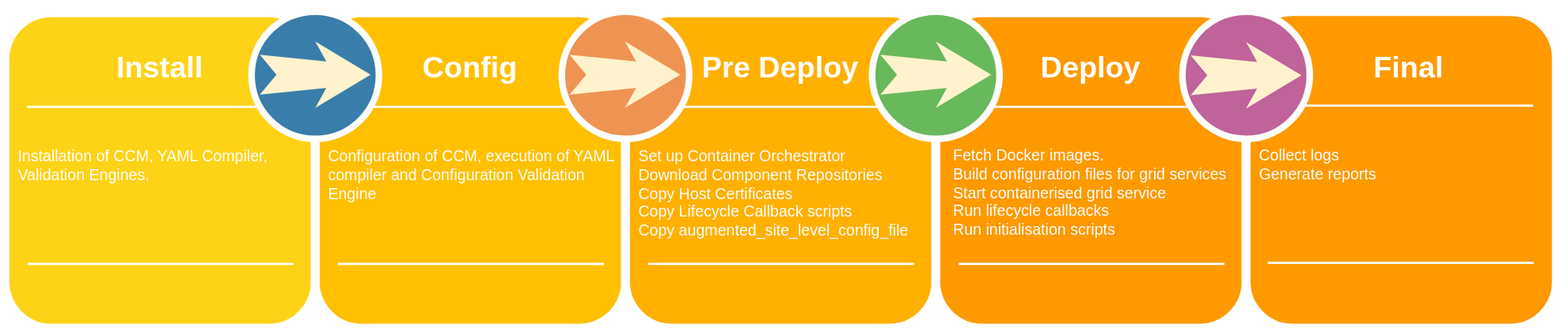
Before: SIMPLE-execution pipeline.svg, a diagram exported from draw.io (maany/simple-diagrams). Source tidied: cells renumbered, new cells last; positions are measured from the earlier drawing's top-left corner, leaving out a move shared by most shapes.
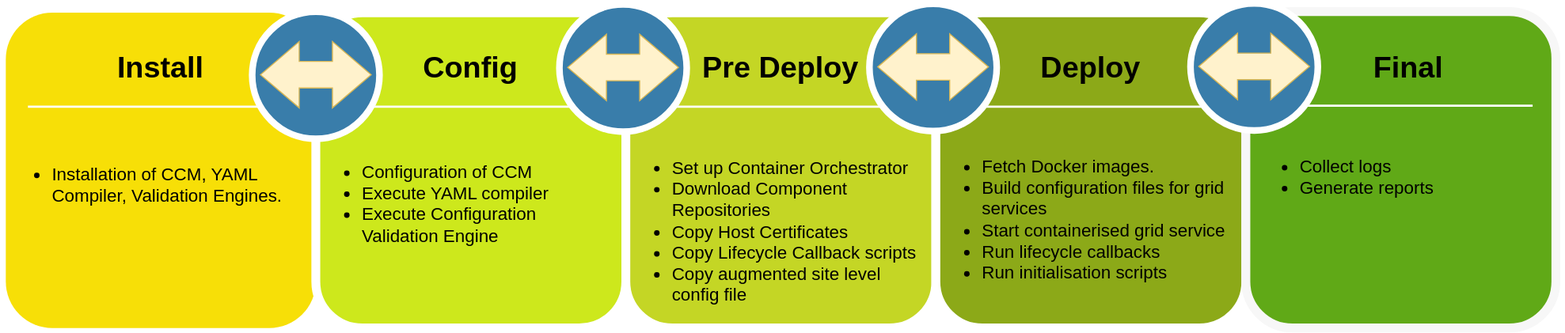
The same file after the commit.

Diff of the diagram source:
```diff
@@ -2,29 +2,26 @@
   <root>
     <mxCell id="0" />
     <mxCell id="1" parent="0" />
-    <mxCell id="2" style="whiteSpace=wrap;html=1;rounded=1;shadow=0;strokeWidth=8;fontSize=20;align=center;fillColor=#FED217;strokeColor=#FFFFFF;" parent="1" vertex="1">
+    <mxCell id="2" style="whiteSpace=wrap;html=1;rounded=1;shadow=0;strokeWidth=8;fontSize=20;align=center;fillColor=#F7DF07;strokeColor=none;fontColor=#ffffff;" parent="1" vertex="1">
       <mxGeometry y="10" width="280" height="285" as="geometry" />
     </mxCell>
-    <mxCell id="3" value="Install" style="text;html=1;strokeColor=none;fillColor=none;align=center;verticalAlign=middle;whiteSpace=wrap;rounded=0;shadow=0;fontSize=27;fontColor=#FFFFFF;fontStyle=1;" parent="1" vertex="1">
+    <mxCell id="3" value="Install" style="text;html=1;strokeColor=none;fillColor=none;align=center;verticalAlign=middle;whiteSpace=wrap;rounded=0;shadow=0;fontSize=27;fontColor=#000000;fontStyle=1;" parent="1" vertex="1">
       <mxGeometry y="30" width="280" height="60" as="geometry" />
     </mxCell>
-    <mxCell id="4" value="Installation of CCM, YAML Compiler, Validation Engines.&lt;br&gt;" style="text;html=1;strokeColor=none;fillColor=none;align=left;verticalAlign=top;whiteSpace=wrap;rounded=0;shadow=0;fontSize=14;fontColor=#FFFFFF;" parent="1" vertex="1">
-      <mxGeometry x="10" y="125" width="280" height="87.5" as="geometry" />
+    <mxCell id="4" value="&lt;ul style=&quot;font-size: 16px;&quot;&gt;&lt;li style=&quot;font-size: 16px;&quot;&gt;Installation of CCM, YAML Compiler, Validation Engines.&lt;/li&gt;&lt;/ul&gt;" style="text;html=1;strokeColor=none;fillColor=none;align=left;verticalAlign=top;whiteSpace=wrap;rounded=0;shadow=0;fontSize=16;fontColor=#000000;" parent="1" vertex="1">
+      <mxGeometry y="124" width="280" height="87.5" as="geometry" />
     </mxCell>
     <mxCell id="5" style="line;strokeWidth=2;html=1;rounded=0;shadow=0;fontSize=27;align=center;fillColor=none;strokeColor=#FFFFFF;" parent="1" vertex="1">
       <mxGeometry x="20" y="90" width="240" height="10" as="geometry" />
     </mxCell>
-    <mxCell id="6" style="line;strokeWidth=2;html=1;rounded=0;shadow=0;fontSize=27;align=center;fillColor=none;strokeColor=#FFFFFF;" parent="1" vertex="1">
-      <mxGeometry x="20.5" y="232" width="240" height="10" as="geometry" />
-    </mxCell>
-    <mxCell id="7" style="whiteSpace=wrap;html=1;rounded=1;shadow=0;strokeWidth=8;fontSize=20;align=center;fillColor=#FFC001;strokeColor=#FFFFFF;" parent="1" vertex="1">
+    <mxCell id="7" style="whiteSpace=wrap;html=1;rounded=1;shadow=0;strokeWidth=8;fontSize=20;align=center;fillColor=#CDE81C;strokeColor=#FFFFFF;" parent="1" vertex="1">
       <mxGeometry x="280" y="10" width="280" height="285" as="geometry" />
     </mxCell>
-    <mxCell id="8" value="Config" style="text;html=1;strokeColor=none;fillColor=none;align=center;verticalAlign=middle;whiteSpace=wrap;rounded=0;shadow=0;fontSize=27;fontColor=#FFFFFF;fontStyle=1;" parent="1" vertex="1">
+    <mxCell id="8" value="Config" style="text;html=1;strokeColor=none;fillColor=none;align=center;verticalAlign=middle;whiteSpace=wrap;rounded=0;shadow=0;fontSize=27;fontColor=#000000;fontStyle=1;" parent="1" vertex="1">
       <mxGeometry x="280" y="30" width="280" height="60" as="geometry" />
     </mxCell>
-    <mxCell id="9" value="Configuration of CCM, execution of YAML compiler and Configuration Validation Engine" style="text;html=1;strokeColor=none;fillColor=none;align=left;verticalAlign=top;whiteSpace=wrap;rounded=0;shadow=0;fontSize=14;fontColor=#FFFFFF;" parent="1" vertex="1">
-      <mxGeometry x="290" y="125" width="280" height="90" as="geometry" />
+    <mxCell id="9" value="&lt;ul style=&quot;font-size: 16px;&quot;&gt;&lt;li style=&quot;font-size: 16px;&quot;&gt;Configuration of CCM&lt;/li&gt;&lt;li style=&quot;font-size: 16px;&quot;&gt;Execute YAML compiler&lt;/li&gt;&lt;li style=&quot;font-size: 16px;&quot;&gt;Execute Configuration Validation Engine&lt;/li&gt;&lt;/ul&gt;" style="text;html=1;strokeColor=none;fillColor=none;align=left;verticalAlign=top;whiteSpace=wrap;rounded=0;shadow=0;fontSize=16;fontColor=#000000;" parent="1" vertex="1">
+      <mxGeometry x="280" y="121.5" width="270" height="158.5" as="geometry" />
     </mxCell>
     <mxCell id="10" style="line;strokeWidth=2;html=1;rounded=0;shadow=0;fontSize=27;align=center;fillColor=none;strokeColor=#FFFFFF;" parent="1" vertex="1">
       <mxGeometry x="300" y="90" width="240" height="10" as="geometry" />
@@ -32,77 +29,65 @@
     <mxCell id="11" style="line;strokeWidth=2;html=1;rounded=0;shadow=0;fontSize=27;align=center;fillColor=none;strokeColor=#FFFFFF;" parent="1" vertex="1">
       <mxGeometry x="300" width="240" height="10" as="geometry" />
     </mxCell>
-    <mxCell id="12" style="line;strokeWidth=2;html=1;rounded=0;shadow=0;fontSize=27;align=center;fillColor=none;strokeColor=#FFFFFF;" parent="1" vertex="1">
-      <mxGeometry x="300.5" y="232" width="240" height="10" as="geometry" />
-    </mxCell>
     <mxCell id="13" style="ellipse;whiteSpace=wrap;html=1;rounded=0;shadow=0;strokeWidth=6;fontSize=14;align=center;fillColor=#397DAA;strokeColor=#FFFFFF;fontColor=#FFFFFF;" parent="1" vertex="1">
       <mxGeometry x="222.5" y="9" width="115" height="115" as="geometry" />
     </mxCell>
-    <mxCell id="14" style="whiteSpace=wrap;html=1;rounded=1;shadow=0;strokeWidth=8;fontSize=20;align=center;fillColor=#FFB001;strokeColor=#FFFFFF;" parent="1" vertex="1">
+    <mxCell id="14" style="whiteSpace=wrap;html=1;rounded=1;shadow=0;strokeWidth=8;fontSize=20;align=center;fillColor=#C4D625;strokeColor=#FFFFFF;fontColor=#ffffff;" parent="1" vertex="1">
       <mxGeometry x="560" y="10" width="280" height="285" as="geometry" />
     </mxCell>
-    <mxCell id="15" value="Pre Deploy" style="text;html=1;strokeColor=none;fillColor=none;align=center;verticalAlign=middle;whiteSpace=wrap;rounded=0;shadow=0;fontSize=27;fontColor=#FFFFFF;fontStyle=1;" parent="1" vertex="1">
+    <mxCell id="15" value="Pre Deploy" style="text;html=1;strokeColor=none;fillColor=none;align=center;verticalAlign=middle;whiteSpace=wrap;rounded=0;shadow=0;fontSize=27;fontColor=#000000;fontStyle=1;" parent="1" vertex="1">
       <mxGeometry x="560" y="30" width="280" height="60" as="geometry" />
     </mxCell>
-    <mxCell id="16" value="Set up Container Orchestrator&lt;br&gt;Download Component Repositories &lt;br&gt;Copy Host Certificates&lt;br&gt;Copy Lifecycle Callback scripts &lt;br&gt;Copy augmented_site_level_config_file" style="text;html=1;strokeColor=none;fillColor=none;align=left;verticalAlign=top;whiteSpace=wrap;rounded=0;shadow=0;fontSize=14;fontColor=#FFFFFF;" parent="1" vertex="1">
-      <mxGeometry x="570" y="125" width="280" height="90" as="geometry" />
+    <mxCell id="16" value="&lt;ul style=&quot;font-size: 16px&quot;&gt;&lt;li style=&quot;font-size: 16px&quot;&gt;Set up Container Orchestrator&lt;/li&gt;&lt;li style=&quot;font-size: 16px&quot;&gt;Download Component Repositories &lt;/li&gt;&lt;li style=&quot;font-size: 16px&quot;&gt;Copy Host Certificates&lt;/li&gt;&lt;li style=&quot;font-size: 16px&quot;&gt;Copy Lifecycle Callback scripts &lt;/li&gt;&lt;li style=&quot;font-size: 16px&quot;&gt;Copy augmented site level config file&lt;/li&gt;&lt;/ul&gt;" style="text;html=1;strokeColor=none;fillColor=none;align=left;verticalAlign=top;whiteSpace=wrap;rounded=0;shadow=0;fontSize=16;fontColor=#000000;" parent="1" vertex="1">
+      <mxGeometry x="560" y="117.5" width="270" height="155" as="geometry" />
     </mxCell>
     <mxCell id="17" style="line;strokeWidth=2;html=1;rounded=0;shadow=0;fontSize=27;align=center;fillColor=none;strokeColor=#FFFFFF;" parent="1" vertex="1">
       <mxGeometry x="580" y="90" width="240" height="10" as="geometry" />
     </mxCell>
-    <mxCell id="18" style="line;strokeWidth=2;html=1;rounded=0;shadow=0;fontSize=27;align=center;fillColor=none;strokeColor=#FFFFFF;" parent="1" vertex="1">
-      <mxGeometry x="580.5" y="232" width="240" height="10" as="geometry" />
-    </mxCell>
-    <mxCell id="19" style="ellipse;whiteSpace=wrap;html=1;rounded=0;shadow=0;strokeWidth=6;fontSize=14;align=center;fillColor=#EF9353;strokeColor=#FFFFFF;fontColor=#FFFFFF;" parent="1" vertex="1">
-      <mxGeometry x="502.5" y="9" width="115" height="115" as="geometry" />
-    </mxCell>
-    <mxCell id="20" style="whiteSpace=wrap;html=1;rounded=1;shadow=0;strokeWidth=8;fontSize=20;align=center;fillColor=#FE9900;strokeColor=#FFFFFF;" parent="1" vertex="1">
+    <mxCell id="20" style="whiteSpace=wrap;html=1;rounded=1;shadow=0;strokeWidth=8;fontSize=20;align=center;fillColor=#8CA918;strokeColor=#FFFFFF;fontColor=#ffffff;" parent="1" vertex="1">
       <mxGeometry x="840" y="10" width="280" height="285" as="geometry" />
     </mxCell>
-    <mxCell id="21" value="Deploy" style="text;html=1;strokeColor=none;fillColor=none;align=center;verticalAlign=middle;whiteSpace=wrap;rounded=0;shadow=0;fontSize=27;fontColor=#FFFFFF;fontStyle=1;" parent="1" vertex="1">
+    <mxCell id="21" value="Deploy" style="text;html=1;strokeColor=none;fillColor=none;align=center;verticalAlign=middle;whiteSpace=wrap;rounded=0;shadow=0;fontSize=27;fontColor=#000000;fontStyle=1;" parent="1" vertex="1">
       <mxGeometry x="840" y="30" width="280" height="60" as="geometry" />
     </mxCell>
-    <mxCell id="22" value="Fetch Docker images.&lt;br&gt;Build configuration files for grid services&lt;br&gt;Start containerised grid service&lt;br&gt;Run lifecycle callbacks&lt;br&gt;Run initialisation scripts&amp;nbsp;" style="text;html=1;strokeColor=none;fillColor=none;align=left;verticalAlign=top;whiteSpace=wrap;rounded=0;shadow=0;fontSize=14;fontColor=#FFFFFF;" parent="1" vertex="1">
-      <mxGeometry x="853.5" y="124" width="280" height="116" as="geometry" />
+    <mxCell id="22" value="&lt;ul style=&quot;font-size: 16px;&quot;&gt;&lt;li style=&quot;font-size: 16px;&quot;&gt;Fetch Docker images.&lt;/li&gt;&lt;li style=&quot;font-size: 16px;&quot;&gt;Build configuration files for grid services&lt;/li&gt;&lt;li style=&quot;font-size: 16px;&quot;&gt;Start containerised grid service&lt;/li&gt;&lt;li style=&quot;font-size: 16px;&quot;&gt;Run lifecycle callbacks&lt;/li&gt;&lt;li style=&quot;font-size: 16px;&quot;&gt;Run initialisation scripts&amp;nbsp;&lt;/li&gt;&lt;/ul&gt;" style="text;html=1;strokeColor=none;fillColor=none;align=left;verticalAlign=top;whiteSpace=wrap;rounded=0;shadow=0;fontSize=16;fontColor=#000000;" parent="1" vertex="1">
+      <mxGeometry x="840" y="116.5" width="270" height="116" as="geometry" />
     </mxCell>
     <mxCell id="23" style="line;strokeWidth=2;html=1;rounded=0;shadow=0;fontSize=27;align=center;fillColor=none;strokeColor=#FFFFFF;" parent="1" vertex="1">
       <mxGeometry x="860" y="90" width="240" height="10" as="geometry" />
     </mxCell>
-    <mxCell id="24" style="line;strokeWidth=2;html=1;rounded=0;shadow=0;fontSize=27;align=center;fillColor=none;strokeColor=#FFFFFF;" parent="1" vertex="1">
-      <mxGeometry x="860.5" y="232" width="240" height="10" as="geometry" />
-    </mxCell>
-    <mxCell id="25" style="ellipse;whiteSpace=wrap;html=1;rounded=0;shadow=0;strokeWidth=6;fontSize=14;align=center;fillColor=#68B85C;strokeColor=#FFFFFF;fontColor=#FFFFFF;" parent="1" vertex="1">
-      <mxGeometry x="782.5" y="9" width="115" height="115" as="geometry" />
-    </mxCell>
-    <mxCell id="26" style="whiteSpace=wrap;html=1;rounded=1;shadow=0;strokeWidth=8;fontSize=20;align=center;fillColor=#FE9900;strokeColor=#FFFFFF;" parent="1" vertex="1">
+    <mxCell id="26" style="whiteSpace=wrap;html=1;rounded=1;shadow=0;strokeWidth=8;fontSize=20;align=center;fillColor=#60a917;strokeColor=#F7F7F7;fontColor=#ffffff;" parent="1" vertex="1">
       <mxGeometry x="1120" y="9" width="280" height="286" as="geometry" />
     </mxCell>
-    <mxCell id="27" value="Collect logs&lt;br&gt;Generate reports" style="text;html=1;strokeColor=none;fillColor=none;align=left;verticalAlign=top;whiteSpace=wrap;rounded=0;shadow=0;fontSize=14;fontColor=#FFFFFF;" parent="1" vertex="1">
-      <mxGeometry x="1130" y="124" width="280" height="90" as="geometry" />
+    <mxCell id="27" value="&lt;ul style=&quot;font-size: 16px;&quot;&gt;&lt;li style=&quot;font-size: 16px;&quot;&gt;Collect logs&lt;/li&gt;&lt;li style=&quot;font-size: 16px;&quot;&gt;Generate reports&lt;/li&gt;&lt;/ul&gt;" style="text;html=1;strokeColor=none;fillColor=none;align=left;verticalAlign=top;whiteSpace=wrap;rounded=0;shadow=0;fontSize=16;fontColor=#000000;" parent="1" vertex="1">
+      <mxGeometry x="1127" y="116.5" width="263" height="90" as="geometry" />
     </mxCell>
     <mxCell id="28" style="line;strokeWidth=2;html=1;rounded=0;shadow=0;fontSize=27;align=center;fillColor=none;strokeColor=#FFFFFF;" parent="1" vertex="1">
       <mxGeometry x="1139" y="89" width="240" height="10" as="geometry" />
     </mxCell>
-    <mxCell id="29" style="line;strokeWidth=2;html=1;rounded=0;shadow=0;fontSize=27;align=center;fillColor=none;strokeColor=#FFFFFF;" parent="1" vertex="1">
-      <mxGeometry x="1139.5" y="231" width="240" height="10" as="geometry" />
-    </mxCell>
-    <mxCell id="30" value="Final" style="text;html=1;strokeColor=none;fillColor=none;align=center;verticalAlign=middle;whiteSpace=wrap;rounded=0;shadow=0;fontSize=27;fontColor=#FFFFFF;fontStyle=1;" parent="1" vertex="1">
+    <mxCell id="30" value="Final" style="text;html=1;strokeColor=none;fillColor=none;align=center;verticalAlign=middle;whiteSpace=wrap;rounded=0;shadow=0;fontSize=27;fontColor=#000000;fontStyle=1;" parent="1" vertex="1">
       <mxGeometry x="1127" y="30" width="280" height="60" as="geometry" />
     </mxCell>
-    <mxCell id="31" style="ellipse;whiteSpace=wrap;html=1;rounded=0;shadow=0;strokeWidth=6;fontSize=14;align=center;fillColor=#BF639A;strokeColor=#FFFFFF;fontColor=#FFFFFF;" parent="1" vertex="1">
-      <mxGeometry x="1062.5" y="9" width="115" height="115" as="geometry" />
-    </mxCell>
-    <mxCell id="32" style="html=1;shadow=0;dashed=0;align=center;verticalAlign=middle;shape=mxgraph.arrows2.stylisedArrow;dy=0.6;dx=40;notch=15;feather=0.4;rounded=0;strokeWidth=1;fontSize=27;strokeColor=none;fillColor=#fff2cc;" parent="1" vertex="1">
-      <mxGeometry x="230" y="36" width="100" height="60" as="geometry" />
-    </mxCell>
-    <mxCell id="33" style="html=1;shadow=0;dashed=0;align=center;verticalAlign=middle;shape=mxgraph.arrows2.stylisedArrow;dy=0.6;dx=40;notch=15;feather=0.4;rounded=0;strokeWidth=1;fontSize=27;strokeColor=none;fillColor=#fff2cc;" parent="1" vertex="1">
-      <mxGeometry x="509.5" y="36" width="100" height="60" as="geometry" />
-    </mxCell>
-    <mxCell id="34" style="html=1;shadow=0;dashed=0;align=center;verticalAlign=middle;shape=mxgraph.arrows2.stylisedArrow;dy=0.6;dx=40;notch=15;feather=0.4;rounded=0;strokeWidth=1;fontSize=27;strokeColor=none;fillColor=#fff2cc;" parent="1" vertex="1">
-      <mxGeometry x="790" y="36" width="100" height="60" as="geometry" />
-    </mxCell>
-    <mxCell id="35" style="html=1;shadow=0;dashed=0;align=center;verticalAlign=middle;shape=mxgraph.arrows2.stylisedArrow;dy=0.6;dx=40;notch=15;feather=0.4;rounded=0;strokeWidth=1;fontSize=27;strokeColor=none;fillColor=#fff2cc;" parent="1" vertex="1">
-      <mxGeometry x="1070" y="36.5" width="100" height="60" as="geometry" />
-    </mxCell>
+    <mxCell id="36" style="html=1;shadow=0;dashed=0;align=center;verticalAlign=middle;shape=mxgraph.arrows2.twoWayArrow;dy=0.6;dx=35;strokeColor=#d6b656;fillColor=#fff2cc;" parent="1" vertex="1">
+      <mxGeometry x="230" y="36" width="100" height="60" as="geometry" />
+    </mxCell>
+    <mxCell id="37" style="ellipse;whiteSpace=wrap;html=1;rounded=0;shadow=0;strokeWidth=6;fontSize=14;align=center;fillColor=#397DAA;strokeColor=#FFFFFF;fontColor=#FFFFFF;" parent="1" vertex="1">
+      <mxGeometry x="500" y="2.5" width="115" height="115" as="geometry" />
+    </mxCell>
+    <mxCell id="38" style="html=1;shadow=0;dashed=0;align=center;verticalAlign=middle;shape=mxgraph.arrows2.twoWayArrow;dy=0.6;dx=35;strokeColor=#d6b656;fillColor=#fff2cc;" parent="1" vertex="1">
+      <mxGeometry x="507.5" y="29.5" width="100" height="60" as="geometry" />
+    </mxCell>
+    <mxCell id="39" style="ellipse;whiteSpace=wrap;html=1;rounded=0;shadow=0;strokeWidth=6;fontSize=14;align=center;fillColor=#397DAA;strokeColor=#FFFFFF;fontColor=#FFFFFF;" parent="1" vertex="1">
+      <mxGeometry x="780" y="2" width="115" height="115" as="geometry" />
+    </mxCell>
+    <mxCell id="40" style="html=1;shadow=0;dashed=0;align=center;verticalAlign=middle;shape=mxgraph.arrows2.twoWayArrow;dy=0.6;dx=35;strokeColor=#d6b656;fillColor=#fff2cc;" parent="1" vertex="1">
+      <mxGeometry x="787.5" y="29" width="100" height="60" as="geometry" />
+    </mxCell>
+    <mxCell id="41" style="ellipse;whiteSpace=wrap;html=1;rounded=0;shadow=0;strokeWidth=6;fontSize=14;align=center;fillColor=#397DAA;strokeColor=#FFFFFF;fontColor=#FFFFFF;" parent="1" vertex="1">
+      <mxGeometry x="1070" y="1.5" width="115" height="115" as="geometry" />
+    </mxCell>
+    <mxCell id="42" style="html=1;shadow=0;dashed=0;align=center;verticalAlign=middle;shape=mxgraph.arrows2.twoWayArrow;dy=0.6;dx=35;strokeColor=#d6b656;fillColor=#fff2cc;" parent="1" vertex="1">
+      <mxGeometry x="1077.5" y="28.5" width="100" height="60" as="geometry" />
+    </mxCell>
   </root>
 </mxGraphModel>
```
